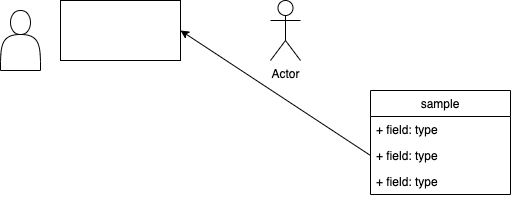
YamadaAkihiro/test keeps this draw.io diagram as sample_Diagram.png. Above is the earlier version. Source tidied: cells renumbered, new cells last; positions are measured from the earlier drawing's top-left corner, leaving out a move shared by most shapes. Its diagram source:
```xml
<mxGraphModel>
  <root>
    <mxCell id="0" />
    <mxCell id="1" parent="0" />
    <mxCell id="2" style="rounded=0;whiteSpace=wrap;html=1;" parent="1" vertex="1">
      <mxGeometry x="60" width="120" height="60" as="geometry" />
    </mxCell>
    <mxCell id="3" value="Actor" style="shape=umlActor;verticalLabelPosition=bottom;verticalAlign=top;html=1;" parent="1" vertex="1">
      <mxGeometry x="270" width="30" height="60" as="geometry" />
    </mxCell>
    <mxCell id="4" style="shape=actor;whiteSpace=wrap;html=1;" parent="1" vertex="1">
      <mxGeometry y="10" width="40" height="60" as="geometry" />
    </mxCell>
    <mxCell id="5" value="sample" style="swimlane;fontStyle=0;horizontal=1;startSize=26;fillColor=none;" parent="1" vertex="1">
      <mxGeometry x="370" y="90" width="140" height="104" as="geometry" />
    </mxCell>
    <mxCell id="6" value="+ field: type" style="text;strokeColor=none;fillColor=none;align=left;verticalAlign=top;spacingLeft=4;spacingRight=4;overflow=hidden;" parent="5" vertex="1">
      <mxGeometry y="26" width="140" height="26" as="geometry" />
    </mxCell>
    <mxCell id="7" value="+ field: type" style="text;strokeColor=none;fillColor=none;align=left;verticalAlign=top;spacingLeft=4;spacingRight=4;overflow=hidden;points=[[0,0.5],[1,0.5]];portConstraint=eastwest;" parent="5" vertex="1">
      <mxGeometry y="52" width="140" height="26" as="geometry" />
    </mxCell>
    <mxCell id="8" value="+ field: type" style="text;strokeColor=none;fillColor=none;align=left;verticalAlign=top;spacingLeft=4;spacingRight=4;overflow=hidden;" parent="5" vertex="1">
      <mxGeometry y="78" width="140" height="26" as="geometry" />
    </mxCell>
    <mxCell id="9" style="endArrow=classic;html=1;exitX=0;exitY=0.5;exitDx=0;exitDy=0;entryX=1;entryY=0.5;entryDx=0;entryDy=0;" parent="1" edge="1" source="7" target="2">
      <mxGeometry relative="1" as="geometry" />
    </mxCell>
  </root>
</mxGraphModel>
```
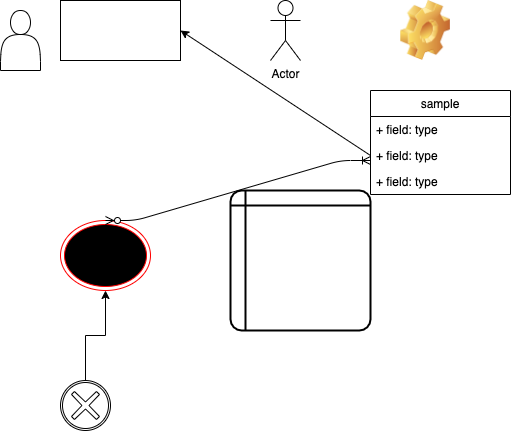
After the commit.

Diff of the diagram source:
```diff
@@ -26,5 +26,25 @@
     <mxCell id="9" style="endArrow=classic;html=1;exitX=0;exitY=0.5;exitDx=0;exitDy=0;entryX=1;entryY=0.5;entryDx=0;entryDy=0;" parent="1" edge="1" source="7" target="2">
       <mxGeometry relative="1" as="geometry" />
     </mxCell>
+    <mxCell id="10" style="ellipse;html=1;shape=endState;fillColor=#000000;strokeColor=#ff0000;" parent="1" vertex="1">
+      <mxGeometry x="60" y="220" width="90" height="70" as="geometry" />
+    </mxCell>
+    <mxCell id="11" style="shape=internalStorage;whiteSpace=wrap;html=1;dx=15;dy=15;rounded=1;arcSize=8;strokeWidth=2;" parent="1" vertex="1">
+      <mxGeometry x="230" y="190" width="140" height="140" as="geometry" />
+    </mxCell>
+    <mxCell id="12" style="edgeStyle=orthogonalEdgeStyle;rounded=0;jettySize=auto;html=1;" parent="1" edge="1" source="13" target="10">
+      <mxGeometry relative="1" as="geometry" />
+    </mxCell>
+    <mxCell id="13" style="shape=mxgraph.bpmn.shape;html=1;verticalLabelPosition=bottom;labelBackgroundColor=#ffffff;verticalAlign=top;align=center;perimeter=ellipsePerimeter;outlineConnect=0;outline=boundInt;symbol=cancel;" parent="1" vertex="1">
+      <mxGeometry x="60" y="380" width="50" height="50" as="geometry" />
+    </mxCell>
+    <mxCell id="14" style="shape=image;html=1;verticalLabelPosition=bottom;verticalAlign=top;imageAspect=0;image=img/clipart/Gear_128x128.png;" parent="1" vertex="1">
+      <mxGeometry x="400" width="50" height="60" as="geometry" />
+    </mxCell>
+    <mxCell id="15" style="edgeStyle=entityRelationEdgeStyle;fontSize=12;html=1;endArrow=ERoneToMany;startArrow=ERzeroToMany;exitX=0.5;exitY=0;exitDx=0;exitDy=0;" parent="1" edge="1" source="10">
+      <mxGeometry relative="1" as="geometry">
+        <mxPoint x="370" y="160" as="targetPoint" />
+      </mxGeometry>
+    </mxCell>
   </root>
 </mxGraphModel>
```
